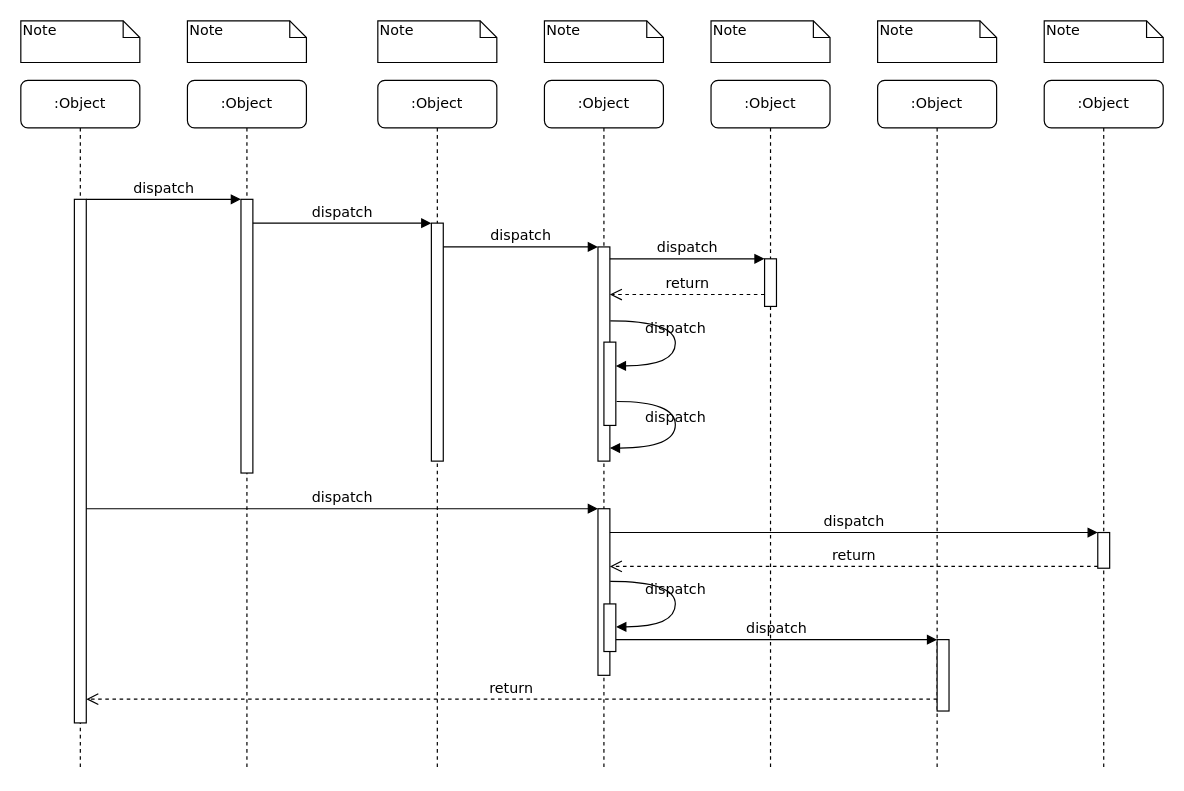
Before: page "criar Operador" (1 of 3) of diagrama de sequencia do sistema.drawio in LuizGustavoNascimeto/draw.io, a draw.io diagram. Source tidied: cells renumbered, new cells numbered last; positions are measured from the earlier drawing's top-left corner, leaving out a move shared by most shapes. Both pictures are drawn from the tidied source at 119%, with x=0, y=0 at pixel (20, 20).
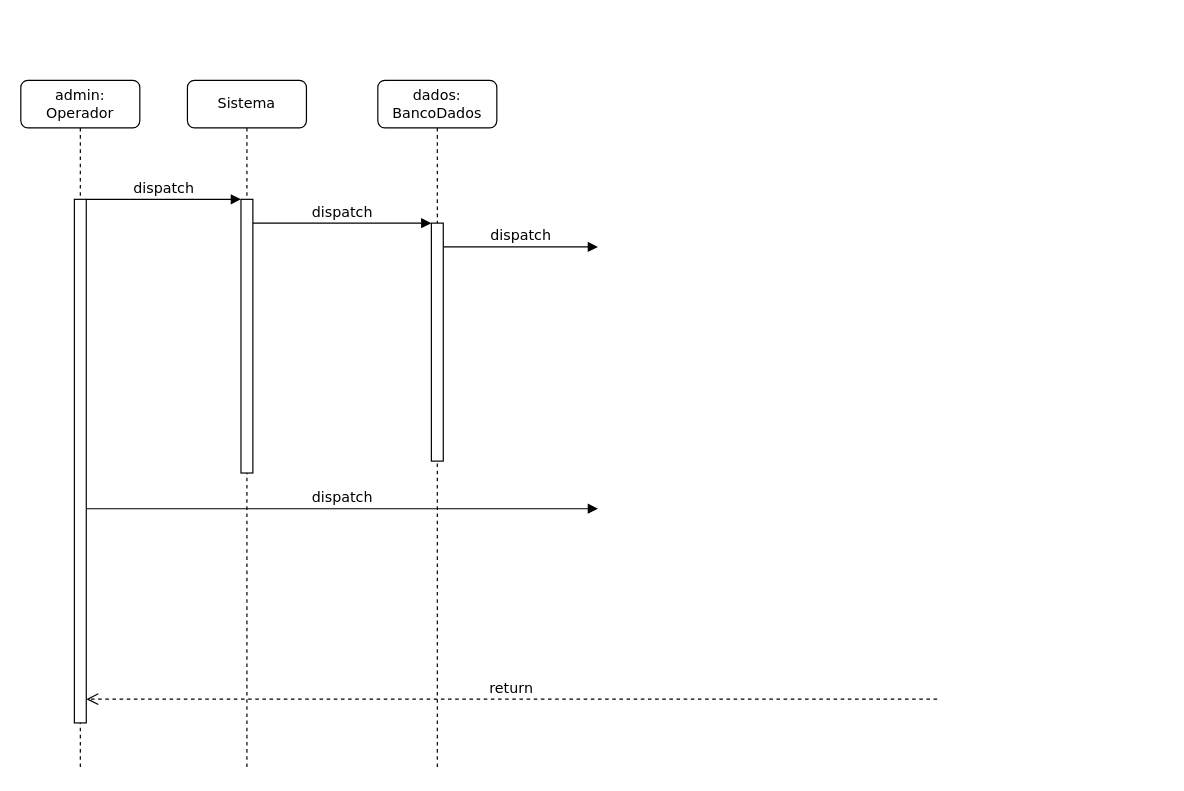
The same diagram, later.

Unchanged cells that the change refers to:
```xml
<mxCell id="5" style="html=1;points=[];perimeter=orthogonalPerimeter;rounded=0;shadow=0;comic=0;labelBackgroundColor=none;strokeWidth=1;fontFamily=Verdana;fontSize=12;align=center;" parent="4" vertex="1">
  <mxGeometry x="45" y="120" width="10" height="200" as="geometry" />
</mxCell>
<mxCell id="11" style="html=1;points=[];perimeter=orthogonalPerimeter;rounded=0;shadow=0;comic=0;labelBackgroundColor=none;strokeWidth=1;fontFamily=Verdana;fontSize=12;align=center;" parent="10" vertex="1">
  <mxGeometry x="45" y="100" width="10" height="440" as="geometry" />
</mxCell>
```

What changed in the source:
```diff
@@
-    <mxCell id="2" value=":Object" style="shape=umlLifeline;perimeter=lifelinePerimeter;whiteSpace=wrap;html=1;rounded=1;shadow=0;comic=0;labelBackgroundColor=none;strokeWidth=1;fontFamily=Verdana;fontSize=12;align=center;" parent="1" vertex="1">
+    <mxCell id="2" value="Sistema" style="shape=umlLifeline;perimeter=lifelinePerimeter;whiteSpace=wrap;html=1;rounded=1;shadow=0;comic=0;labelBackgroundColor=none;strokeWidth=1;fontFamily=Verdana;fontSize=12;align=center;" parent="1" vertex="1">
       <mxGeometry x="140" y="50" width="100" height="580" as="geometry" />
     </mxCell>
@@
-    <mxCell id="4" value=":Object" style="shape=umlLifeline;perimeter=lifelinePerimeter;whiteSpace=wrap;html=1;rounded=1;shadow=0;comic=0;labelBackgroundColor=none;strokeWidth=1;fontFamily=Verdana;fontSize=12;align=center;" parent="1" vertex="1">
+    <mxCell id="4" value="dados: BancoDados" style="shape=umlLifeline;perimeter=lifelinePerimeter;whiteSpace=wrap;html=1;rounded=1;shadow=0;comic=0;labelBackgroundColor=none;strokeWidth=1;fontFamily=Verdana;fontSize=12;align=center;" parent="1" vertex="1">
       <mxGeometry x="300" y="50" width="100" height="580" as="geometry" />
     </mxCell>
@@
-    <mxCell id="6" value=":Object" style="shape=umlLifeline;perimeter=lifelinePerimeter;whiteSpace=wrap;html=1;rounded=1;shadow=0;comic=0;labelBackgroundColor=none;strokeWidth=1;fontFamily=Verdana;fontSize=12;align=center;" parent="1" vertex="1">
-      <mxGeometry x="440" y="50" width="100" height="580" as="geometry" />
-    </mxCell>
-    <mxCell id="7" value=":Object" style="shape=umlLifeline;perimeter=lifelinePerimeter;whiteSpace=wrap;html=1;rounded=1;shadow=0;comic=0;labelBackgroundColor=none;strokeWidth=1;fontFamily=Verdana;fontSize=12;align=center;" parent="1" vertex="1">
-      <mxGeometry x="580" y="50" width="100" height="580" as="geometry" />
-    </mxCell>
-    <mxCell id="8" value=":Object" style="shape=umlLifeline;perimeter=lifelinePerimeter;whiteSpace=wrap;html=1;rounded=1;shadow=0;comic=0;labelBackgroundColor=none;strokeWidth=1;fontFamily=Verdana;fontSize=12;align=center;" parent="1" vertex="1">
-      <mxGeometry x="720" y="50" width="100" height="580" as="geometry" />
-    </mxCell>
-    <mxCell id="9" value=":Object" style="shape=umlLifeline;perimeter=lifelinePerimeter;whiteSpace=wrap;html=1;rounded=1;shadow=0;comic=0;labelBackgroundColor=none;strokeWidth=1;fontFamily=Verdana;fontSize=12;align=center;" parent="1" vertex="1">
-      <mxGeometry x="860" y="50" width="100" height="580" as="geometry" />
-    </mxCell>
-    <mxCell id="10" value=":Object" style="shape=umlLifeline;perimeter=lifelinePerimeter;whiteSpace=wrap;html=1;rounded=1;shadow=0;comic=0;labelBackgroundColor=none;strokeWidth=1;fontFamily=Verdana;fontSize=12;align=center;" parent="1" vertex="1">
+    <mxCell id="10" value="admin: Operador" style="shape=umlLifeline;perimeter=lifelinePerimeter;whiteSpace=wrap;html=1;rounded=1;shadow=0;comic=0;labelBackgroundColor=none;strokeWidth=1;fontFamily=Verdana;fontSize=12;align=center;" parent="1" vertex="1">
       <mxGeometry y="50" width="100" height="580" as="geometry" />
     </mxCell>
@@
-    <mxCell id="12" style="html=1;points=[];perimeter=orthogonalPerimeter;rounded=0;shadow=0;comic=0;labelBackgroundColor=none;strokeWidth=1;fontFamily=Verdana;fontSize=12;align=center;" parent="1" vertex="1">
-      <mxGeometry x="485" y="190" width="10" height="180" as="geometry" />
-    </mxCell>
-    <mxCell id="13" value="dispatch" style="html=1;verticalAlign=bottom;endArrow=block;labelBackgroundColor=none;fontFamily=Verdana;fontSize=12;edgeStyle=elbowEdgeStyle;elbow=vertical;" parent="1" edge="1" source="5" target="12">
+    <mxCell id="13" value="dispatch" style="html=1;verticalAlign=bottom;endArrow=block;labelBackgroundColor=none;fontFamily=Verdana;fontSize=12;edgeStyle=elbowEdgeStyle;elbow=vertical;" parent="1" edge="1" source="5">
       <mxGeometry relative="1" as="geometry">
+        <mxPoint x="485" y="190" as="targetPoint" />
         <Array as="points">
           <mxPoint x="360" y="190" />
         </Array>
       </mxGeometry>
     </mxCell>
-    <mxCell id="14" style="html=1;points=[];perimeter=orthogonalPerimeter;rounded=0;shadow=0;comic=0;labelBackgroundColor=none;strokeWidth=1;fontFamily=Verdana;fontSize=12;align=center;" parent="1" vertex="1">
-      <mxGeometry x="625" y="200" width="10" height="40" as="geometry" />
-    </mxCell>
-    <mxCell id="15" value="dispatch" style="html=1;verticalAlign=bottom;endArrow=block;entryX=0;entryY=0;labelBackgroundColor=none;fontFamily=Verdana;fontSize=12;edgeStyle=elbowEdgeStyle;elbow=vertical;" parent="1" edge="1" source="12" target="14">
-      <mxGeometry relative="1" as="geometry" />
-    </mxCell>
-    <mxCell id="16" value="return" style="html=1;verticalAlign=bottom;endArrow=open;dashed=1;endSize=8;labelBackgroundColor=none;fontFamily=Verdana;fontSize=12;edgeStyle=elbowEdgeStyle;elbow=vertical;" parent="1" edge="1" source="14" target="12">
-      <mxGeometry relative="1" as="geometry">
-        <Array as="points">
-          <mxPoint x="570" y="230" />
-          <mxPoint x="600" y="230" />
-        </Array>
-      </mxGeometry>
-    </mxCell>
-    <mxCell id="17" style="html=1;points=[];perimeter=orthogonalPerimeter;rounded=0;shadow=0;comic=0;labelBackgroundColor=none;strokeWidth=1;fontFamily=Verdana;fontSize=12;align=center;" parent="1" vertex="1">
-      <mxGeometry x="485" y="410" width="10" height="140" as="geometry" />
-    </mxCell>
-    <mxCell id="18" value="dispatch" style="html=1;verticalAlign=bottom;endArrow=block;entryX=0;entryY=0;labelBackgroundColor=none;fontFamily=Verdana;fontSize=12;" parent="1" edge="1" source="11" target="17">
-      <mxGeometry relative="1" as="geometry" />
+    <mxCell id="18" value="dispatch" style="html=1;verticalAlign=bottom;endArrow=block;entryX=0;entryY=0;labelBackgroundColor=none;fontFamily=Verdana;fontSize=12;" parent="1" edge="1" source="11">
+      <mxGeometry relative="1" as="geometry">
+        <mxPoint x="485" y="410" as="targetPoint" />
+      </mxGeometry>
     </mxCell>
-    <mxCell id="19" style="html=1;points=[];perimeter=orthogonalPerimeter;rounded=0;shadow=0;comic=0;labelBackgroundColor=none;strokeColor=#000000;strokeWidth=1;fillColor=#FFFFFF;fontFamily=Verdana;fontSize=12;fontColor=#000000;align=center;" parent="1" vertex="1">
-      <mxGeometry x="905" y="430" width="10" height="30" as="geometry" />
-    </mxCell>
-    <mxCell id="20" value="dispatch" style="html=1;verticalAlign=bottom;endArrow=block;entryX=0;entryY=0;labelBackgroundColor=none;fontFamily=Verdana;fontSize=12;" parent="1" edge="1" source="17" target="19">
-      <mxGeometry relative="1" as="geometry" />
-    </mxCell>
-    <mxCell id="21" value="return" style="html=1;verticalAlign=bottom;endArrow=open;dashed=1;endSize=8;exitX=0;exitY=0.95;labelBackgroundColor=none;fontFamily=Verdana;fontSize=12;" parent="1" edge="1" source="19" target="17">
-      <mxGeometry relative="1" as="geometry" />
-    </mxCell>
-    <mxCell id="22" style="html=1;points=[];perimeter=orthogonalPerimeter;rounded=0;shadow=0;comic=0;labelBackgroundColor=none;strokeWidth=1;fontFamily=Verdana;fontSize=12;align=center;" parent="1" vertex="1">
-      <mxGeometry x="770" y="520" width="10" height="60" as="geometry" />
-    </mxCell>
-    <mxCell id="23" value="dispatch" style="html=1;verticalAlign=bottom;endArrow=block;entryX=0;entryY=0;labelBackgroundColor=none;fontFamily=Verdana;fontSize=12;edgeStyle=elbowEdgeStyle;elbow=vertical;" parent="1" edge="1" source="30" target="22">
-      <mxGeometry relative="1" as="geometry" />
-    </mxCell>
-    <mxCell id="24" value="return" style="html=1;verticalAlign=bottom;endArrow=open;dashed=1;endSize=8;labelBackgroundColor=none;fontFamily=Verdana;fontSize=12;edgeStyle=elbowEdgeStyle;elbow=vertical;" parent="1" edge="1" source="22" target="11">
+    <mxCell id="24" value="return" style="html=1;verticalAlign=bottom;endArrow=open;dashed=1;endSize=8;labelBackgroundColor=none;fontFamily=Verdana;fontSize=12;edgeStyle=elbowEdgeStyle;elbow=vertical;" parent="1" edge="1" target="11">
       <mxGeometry relative="1" as="geometry">
-        <Array as="points">
-          <mxPoint x="470" y="570" />
-        </Array>
+        <mxPoint x="770" y="570" as="sourcePoint" />
       </mxGeometry>
     </mxCell>
@@
-    <mxCell id="27" style="html=1;points=[];perimeter=orthogonalPerimeter;rounded=0;shadow=0;comic=0;labelBackgroundColor=none;strokeWidth=1;fontFamily=Verdana;fontSize=12;align=center;" parent="1" vertex="1">
-      <mxGeometry x="490" y="270" width="10" height="70" as="geometry" />
-    </mxCell>
-    <mxCell id="28" value="dispatch" style="html=1;verticalAlign=bottom;endArrow=block;labelBackgroundColor=none;fontFamily=Verdana;fontSize=12;elbow=vertical;edgeStyle=orthogonalEdgeStyle;curved=1;entryX=1;entryY=0.286;entryPerimeter=0;exitX=1.038;exitY=0.345;exitPerimeter=0;" parent="1" edge="1" source="12" target="27">
-      <mxGeometry relative="1" as="geometry">
-        <Array as="points">
-          <mxPoint x="550" y="252" />
-          <mxPoint x="550" y="290" />
-        </Array>
-      </mxGeometry>
-    </mxCell>
-    <mxCell id="29" value="dispatch" style="html=1;verticalAlign=bottom;endArrow=block;labelBackgroundColor=none;fontFamily=Verdana;fontSize=12;elbow=vertical;edgeStyle=orthogonalEdgeStyle;curved=1;exitX=1.066;exitY=0.713;exitPerimeter=0;" parent="1" edge="1" source="27">
-      <mxGeometry relative="1" as="geometry">
-        <mxPoint x="495" y="359" as="targetPoint" />
-        <Array as="points">
-          <mxPoint x="550" y="320" />
-          <mxPoint x="550" y="359" />
-        </Array>
-      </mxGeometry>
-    </mxCell>
-    <mxCell id="30" style="html=1;points=[];perimeter=orthogonalPerimeter;rounded=0;shadow=0;comic=0;labelBackgroundColor=none;strokeWidth=1;fontFamily=Verdana;fontSize=12;align=center;" parent="1" vertex="1">
-      <mxGeometry x="490" y="490" width="10" height="40" as="geometry" />
-    </mxCell>
-    <mxCell id="31" value="dispatch" style="html=1;verticalAlign=bottom;endArrow=block;labelBackgroundColor=none;fontFamily=Verdana;fontSize=12;elbow=vertical;edgeStyle=orthogonalEdgeStyle;curved=1;entryX=1;entryY=0.286;entryPerimeter=0;exitX=1.038;exitY=0.345;exitPerimeter=0;" parent="1" edge="1">
-      <mxGeometry relative="1" as="geometry">
-        <mxPoint x="495.3" y="471" as="sourcePoint" />
-        <mxPoint x="500.3" y="509.3" as="targetPoint" />
-        <Array as="points">
-          <mxPoint x="550" y="471" />
-          <mxPoint x="550" y="509" />
-        </Array>
-      </mxGeometry>
-    </mxCell>
-    <mxCell id="32" value="Note" style="shape=note;whiteSpace=wrap;html=1;size=14;verticalAlign=top;align=left;spacingTop=-6;rounded=0;shadow=0;comic=0;labelBackgroundColor=none;strokeWidth=1;fontFamily=Verdana;fontSize=12;" parent="1" vertex="1">
-      <mxGeometry width="100" height="35" as="geometry" />
-    </mxCell>
-    <mxCell id="33" value="Note" style="shape=note;whiteSpace=wrap;html=1;size=14;verticalAlign=top;align=left;spacingTop=-6;rounded=0;shadow=0;comic=0;labelBackgroundColor=none;strokeWidth=1;fontFamily=Verdana;fontSize=12;" parent="1" vertex="1">
-      <mxGeometry x="140" width="100" height="35" as="geometry" />
-    </mxCell>
-    <mxCell id="34" value="Note" style="shape=note;whiteSpace=wrap;html=1;size=14;verticalAlign=top;align=left;spacingTop=-6;rounded=0;shadow=0;comic=0;labelBackgroundColor=none;strokeWidth=1;fontFamily=Verdana;fontSize=12;" parent="1" vertex="1">
-      <mxGeometry x="300" width="100" height="35" as="geometry" />
-    </mxCell>
-    <mxCell id="35" value="Note" style="shape=note;whiteSpace=wrap;html=1;size=14;verticalAlign=top;align=left;spacingTop=-6;rounded=0;shadow=0;comic=0;labelBackgroundColor=none;strokeWidth=1;fontFamily=Verdana;fontSize=12;" parent="1" vertex="1">
-      <mxGeometry x="440" width="100" height="35" as="geometry" />
-    </mxCell>
-    <mxCell id="36" value="Note" style="shape=note;whiteSpace=wrap;html=1;size=14;verticalAlign=top;align=left;spacingTop=-6;rounded=0;shadow=0;comic=0;labelBackgroundColor=none;strokeWidth=1;fontFamily=Verdana;fontSize=12;" parent="1" vertex="1">
-      <mxGeometry x="580" width="100" height="35" as="geometry" />
-    </mxCell>
-    <mxCell id="37" value="Note" style="shape=note;whiteSpace=wrap;html=1;size=14;verticalAlign=top;align=left;spacingTop=-6;rounded=0;shadow=0;comic=0;labelBackgroundColor=none;strokeWidth=1;fontFamily=Verdana;fontSize=12;" parent="1" vertex="1">
-      <mxGeometry x="720" width="100" height="35" as="geometry" />
-    </mxCell>
-    <mxCell id="38" value="Note" style="shape=note;whiteSpace=wrap;html=1;size=14;verticalAlign=top;align=left;spacingTop=-6;rounded=0;shadow=0;comic=0;labelBackgroundColor=none;strokeWidth=1;fontFamily=Verdana;fontSize=12;" parent="1" vertex="1">
-      <mxGeometry x="860" width="100" height="35" as="geometry" />
-    </mxCell>
```
